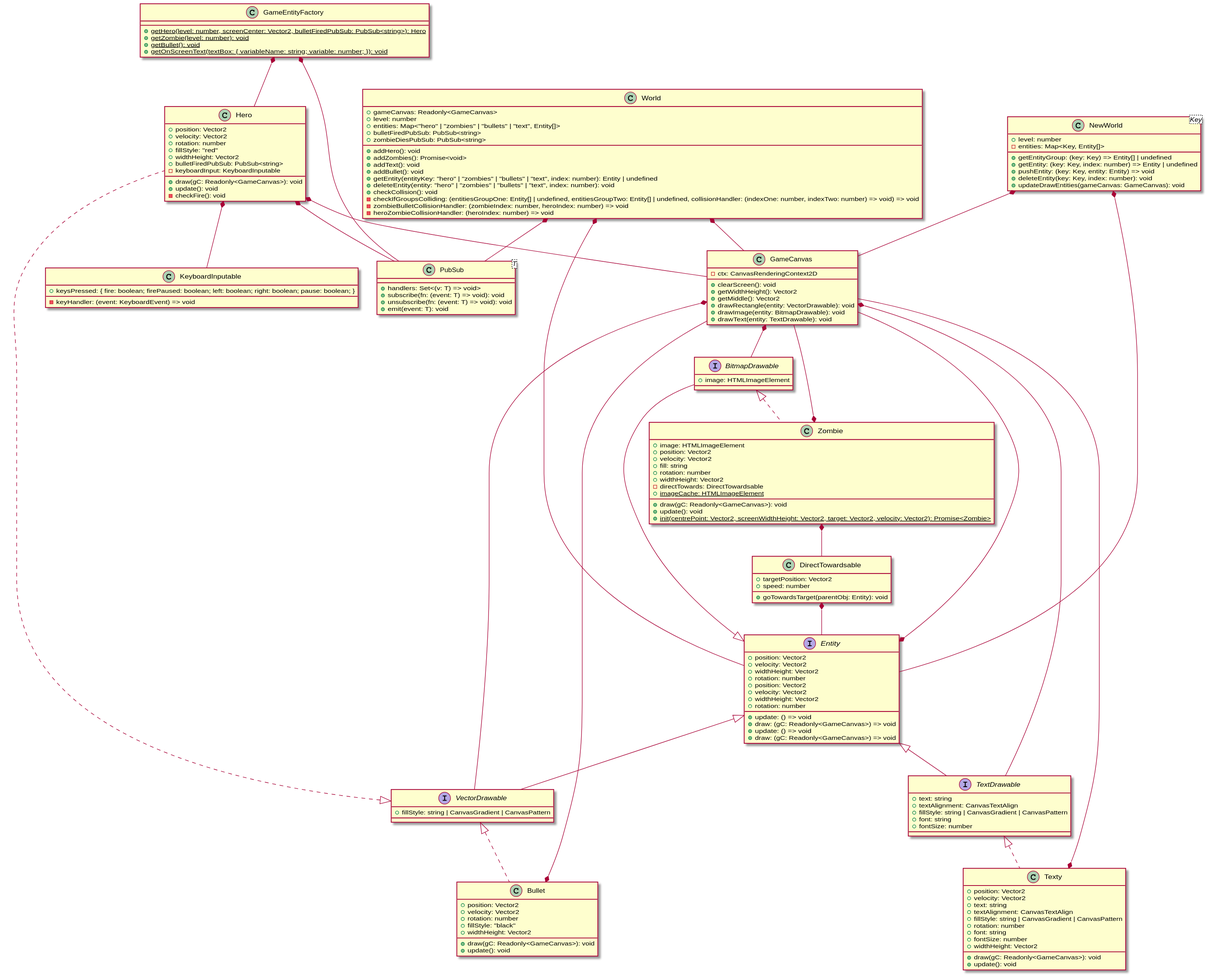
Earlier version of the PlantUML export uml-composition.svg (David-Else/zombie-attack-4).
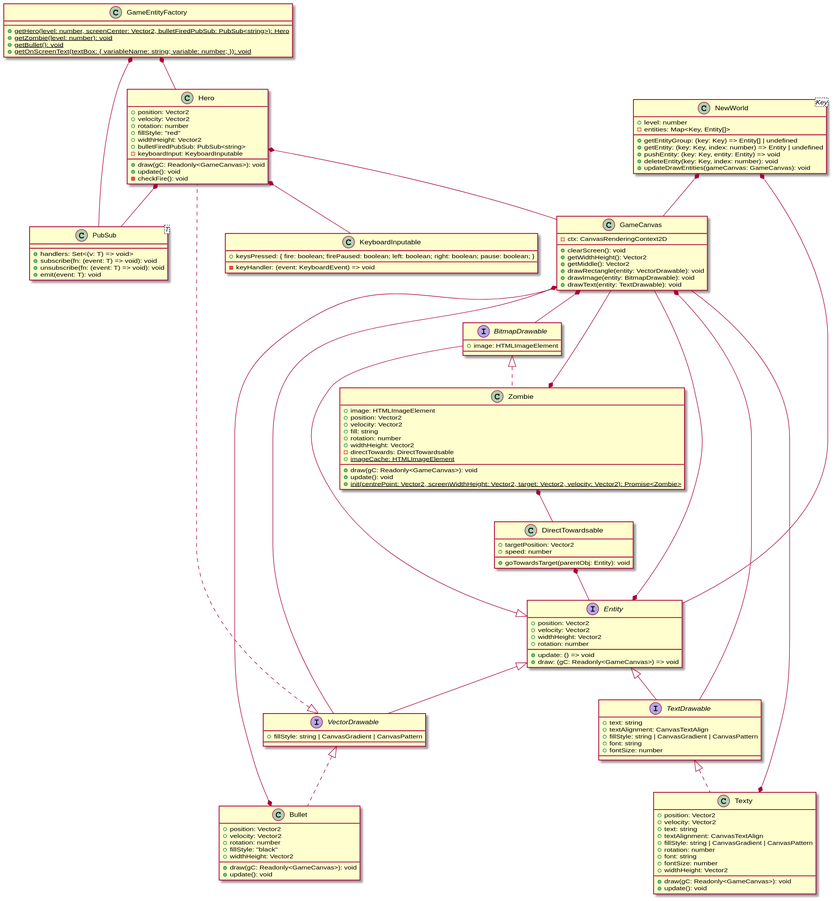
Later version of the same file.

Commit message:
Correct World to NewWorld

The edit, as a diff of the source:
```diff
@@ -9,24 +9,6 @@
     +unsubscribe(fn: (event: T) => void): void
     +emit(event: T): void
 }
-class DirectTowardsable {
-    +targetPosition: Vector2
-    +speed: number
-    +goTowardsTarget(parentObj: Entity): void
-}
-class Zombie implements BitmapDrawable {
-    +image: HTMLImageElement
-    +position: Vector2
-    +velocity: Vector2
-    +fill: string
-    +rotation: number
-    +widthHeight: Vector2
-    -directTowards: DirectTowardsable
-    +draw(gC: Readonly<GameCanvas>): void
-    +update(): void
-    +{static} imageCache: HTMLImageElement
-    +{static} init(centrePoint: Vector2, screenWidthHeight: Vector2, target: Vector2, velocity: Vector2): Promise<Zombie>
-}
 interface Entity {
     +position: Vector2
     +velocity: Vector2
@@ -35,22 +17,14 @@
     +update: () => void
     +draw: (gC: Readonly<GameCanvas>) => void
 }
-class World {
-    +gameCanvas: Readonly<GameCanvas>
+class NewWorld<Key> {
     +level: number
-    +entities: Map<"hero" | "zombies" | "bullets" | "text", Entity[]>
-    +bulletFiredPubSub: PubSub<string>
-    +zombieDiesPubSub: PubSub<string>
-    +addHero(): void
-    +addZombies(): Promise<void>
-    +addText(): void
-    +addBullet(): void
-    +getEntity(entityKey: "hero" | "zombies" | "bullets" | "text", index: number): Entity | undefined
-    +deleteEntity(entity: "hero" | "zombies" | "bullets" | "text", index: number): void
-    +checkCollision(): void
-    -checkIfGroupsColliding: (entitiesGroupOne: Entity[] | undefined, entitiesGroupTwo: Entity[] | undefined, collisionHandler: (indexOne: number, indexTwo: number) => void) => void
-    -zombieBulletCollisionHandler: (zombieIndex: number, heroIndex: number) => void
-    -heroZombieCollisionHandler: (heroIndex: number) => void
+    -entities: Map<Key, Entity[]>
+    +getEntityGroup: (key: Key) => Entity[] | undefined
+    +getEntity: (key: Key, index: number) => Entity | undefined
+    +pushEntity: (key: Key, entity: Entity) => void
+    +deleteEntity(key: Key, index: number): void
+    +updateDrawEntities(gameCanvas: GameCanvas): void
 }
 interface VectorDrawable extends Entity {
     +fillStyle: string | CanvasGradient | CanvasPattern
@@ -86,6 +60,24 @@
     +update(): void
     -checkFire(): void
 }
+class DirectTowardsable {
+    +targetPosition: Vector2
+    +speed: number
+    +goTowardsTarget(parentObj: Entity): void
+}
+class Zombie implements BitmapDrawable {
+    +image: HTMLImageElement
+    +position: Vector2
+    +velocity: Vector2
+    +fill: string
+    +rotation: number
+    +widthHeight: Vector2
+    -directTowards: DirectTowardsable
+    +draw(gC: Readonly<GameCanvas>): void
+    +update(): void
+    +{static} imageCache: HTMLImageElement
+    +{static} init(centrePoint: Vector2, screenWidthHeight: Vector2, target: Vector2, velocity: Vector2): Promise<Zombie>
+}
 class Texty implements TextDrawable {
     +position: Vector2
     +velocity: Vector2
@@ -114,40 +106,20 @@
     +{static} getBullet(): void
     +{static} getOnScreenText(textBox: { variableName: string; variable: number; }): void
 }
-interface Entity {
-    +position: Vector2
-    +velocity: Vector2
-    +widthHeight: Vector2
-    +rotation: number
-    +update: () => void
-    +draw: (gC: Readonly<GameCanvas>) => void
-}
-class NewWorld<Key> {
-    +level: number
-    -entities: Map<Key, Entity[]>
-    +getEntityGroup: (key: Key) => Entity[] | undefined
-    +getEntity: (key: Key, index: number) => Entity | undefined
-    +pushEntity: (key: Key, entity: Entity) => void
-    +deleteEntity(key: Key, index: number): void
-    +updateDrawEntities(gameCanvas: GameCanvas): void
-}
-DirectTowardsable *-- Entity
-Zombie *-- DirectTowardsable
-Zombie *-- GameCanvas
 Entity *-- GameCanvas
-World *-- GameCanvas
-World *-- Entity
-World *-- PubSub
+NewWorld *-- Entity
+NewWorld *-- GameCanvas
 GameCanvas *-- VectorDrawable
 GameCanvas *-- BitmapDrawable
 GameCanvas *-- TextDrawable
 Hero *-- PubSub
 Hero *-- KeyboardInputable
 Hero *-- GameCanvas
+DirectTowardsable *-- Entity
+Zombie *-- DirectTowardsable
+Zombie *-- GameCanvas
 Texty *-- GameCanvas
 Bullet *-- GameCanvas
 GameEntityFactory *-- PubSub
 GameEntityFactory *-- Hero
-NewWorld *-- Entity
-NewWorld *-- GameCanvas
 @enduml
```
